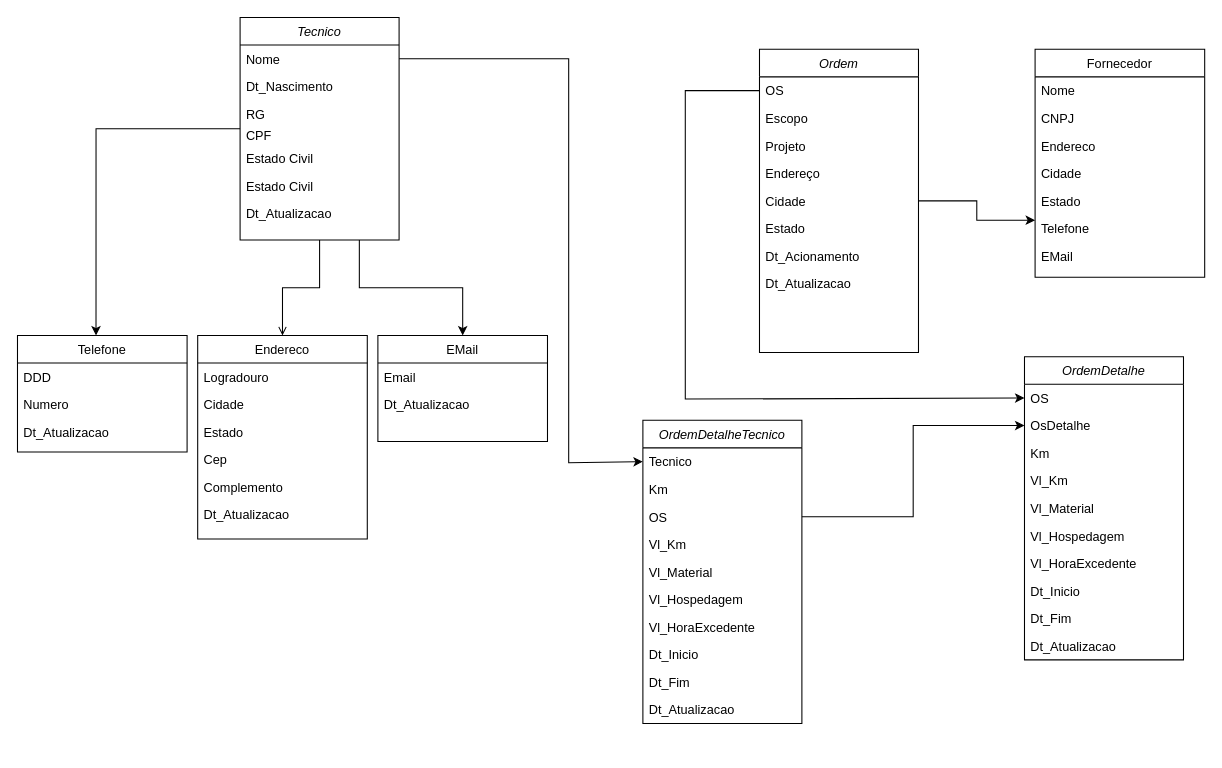
Earlier version of the draw.io diagram docs/Diagramas.drawio (ESolucoesTecnologia/FieldTech). Source tidied: cells renumbered, new cells numbered last; positions are measured from the earlier drawing's top-left corner, leaving out a move shared by most shapes. Both pictures are drawn from the tidied source at 106%, with x=0, y=0 at pixel (17, 17).
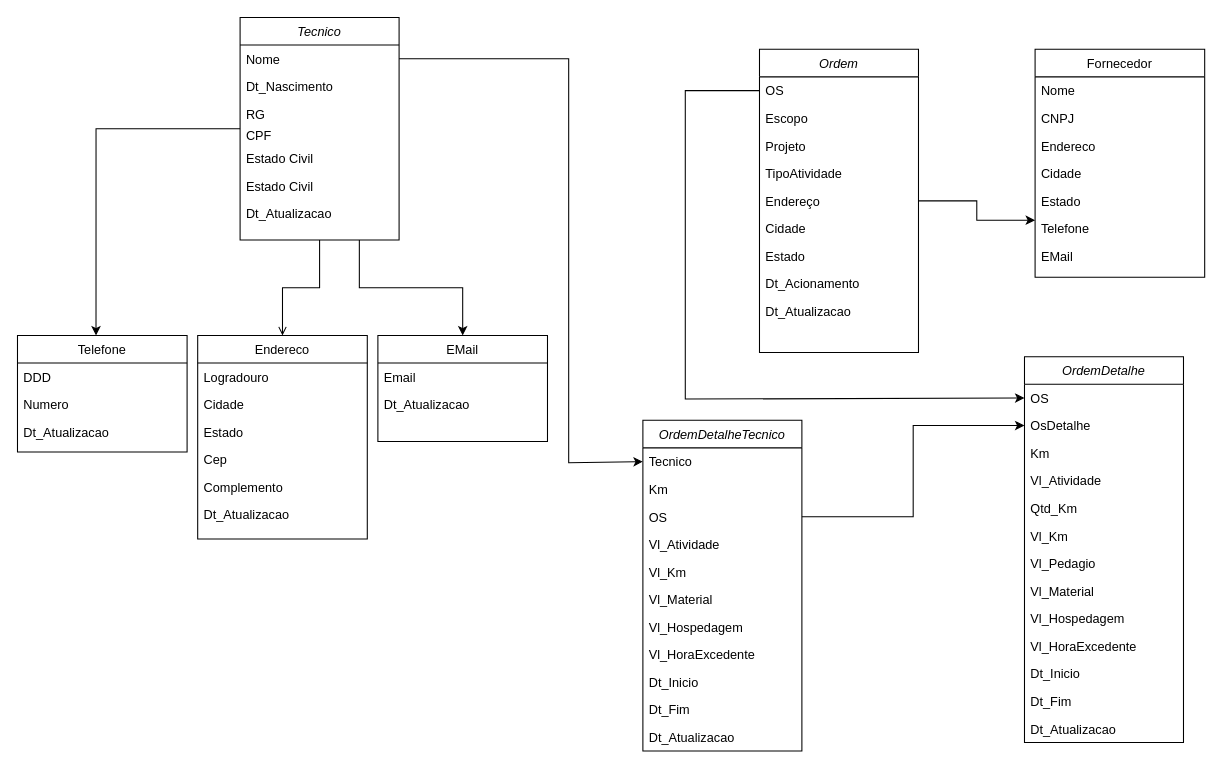
The same page after the edit.

Unchanged cells that the change refers to:
```xml
<mxCell id="28" value="Ordem" style="swimlane;fontStyle=2;align=center;verticalAlign=top;horizontal=1;startSize=26;rounded=0;shadow=0;strokeWidth=1;" parent="1" vertex="1">
  <mxGeometry x="700" y="30" width="150" height="286" as="geometry" />
</mxCell>
```

What changed in the source:
```diff
@@
+    <mxCell id="70" value="TipoAtividade" style="text;align=left;verticalAlign=top;spacingLeft=4;spacingRight=4;overflow=hidden;" parent="28" vertex="1">
+      <mxGeometry y="104" width="150" height="26" as="geometry" />
+    </mxCell>
     <mxCell id="32" value="Endereço" style="text;align=left;verticalAlign=top;spacingLeft=4;spacingRight=4;overflow=hidden;" parent="28" vertex="1">
-      <mxGeometry y="104" width="150" height="26" as="geometry" />
+      <mxGeometry y="130" width="150" height="26" as="geometry" />
     </mxCell>
     <mxCell id="33" value="Cidade" style="text;align=left;verticalAlign=top;spacingLeft=4;spacingRight=4;overflow=hidden;" parent="28" vertex="1">
-      <mxGeometry y="130" width="150" height="26" as="geometry" />
+      <mxGeometry y="156" width="150" height="26" as="geometry" />
     </mxCell>
     <mxCell id="34" value="Estado" style="text;align=left;verticalAlign=top;spacingLeft=4;spacingRight=4;overflow=hidden;" parent="28" vertex="1">
-      <mxGeometry y="156" width="150" height="26" as="geometry" />
+      <mxGeometry y="182" width="150" height="26" as="geometry" />
     </mxCell>
     <mxCell id="35" value="Dt_Acionamento" style="text;align=left;verticalAlign=top;spacingLeft=4;spacingRight=4;overflow=hidden;" parent="28" vertex="1">
-      <mxGeometry y="182" width="150" height="26" as="geometry" />
+      <mxGeometry y="208" width="150" height="26" as="geometry" />
     </mxCell>
     <mxCell id="36" value="Dt_Atualizacao" style="text;align=left;verticalAlign=top;spacingLeft=4;spacingRight=4;overflow=hidden;" parent="28" vertex="1">
-      <mxGeometry y="208" width="150" height="26" as="geometry" />
+      <mxGeometry y="234" width="150" height="26" as="geometry" />
     </mxCell>
@@
     <mxCell id="45" value="OrdemDetalhe" style="swimlane;fontStyle=2;align=center;verticalAlign=top;horizontal=1;startSize=26;rounded=0;shadow=0;strokeWidth=1;" parent="1" vertex="1">
-      <mxGeometry x="950" y="320" width="150" height="286" as="geometry" />
+      <mxGeometry x="950" y="320" width="150" height="364" as="geometry" />
     </mxCell>
@@
+    <mxCell id="71" value="Vl_Atividade" style="text;align=left;verticalAlign=top;spacingLeft=4;spacingRight=4;overflow=hidden;" parent="45" vertex="1">
+      <mxGeometry y="104" width="150" height="26" as="geometry" />
+    </mxCell>
+    <mxCell id="72" value="Qtd_Km" style="text;align=left;verticalAlign=top;spacingLeft=4;spacingRight=4;overflow=hidden;" parent="45" vertex="1">
+      <mxGeometry y="130" width="150" height="26" as="geometry" />
+    </mxCell>
     <mxCell id="49" value="Vl_Km" style="text;align=left;verticalAlign=top;spacingLeft=4;spacingRight=4;overflow=hidden;" parent="45" vertex="1">
-      <mxGeometry y="104" width="150" height="26" as="geometry" />
+      <mxGeometry y="156" width="150" height="26" as="geometry" />
     </mxCell>
+    <mxCell id="73" value="Vl_Pedagio" style="text;align=left;verticalAlign=top;spacingLeft=4;spacingRight=4;overflow=hidden;" parent="45" vertex="1">
+      <mxGeometry y="182" width="150" height="26" as="geometry" />
+    </mxCell>
     <mxCell id="50" value="Vl_Material" style="text;align=left;verticalAlign=top;spacingLeft=4;spacingRight=4;overflow=hidden;" parent="45" vertex="1">
-      <mxGeometry y="130" width="150" height="26" as="geometry" />
+      <mxGeometry y="208" width="150" height="26" as="geometry" />
     </mxCell>
     <mxCell id="51" value="Vl_Hospedagem" style="text;align=left;verticalAlign=top;spacingLeft=4;spacingRight=4;overflow=hidden;" parent="45" vertex="1">
-      <mxGeometry y="156" width="150" height="26" as="geometry" />
+      <mxGeometry y="234" width="150" height="26" as="geometry" />
     </mxCell>
     <mxCell id="52" value="Vl_HoraExcedente" style="text;align=left;verticalAlign=top;spacingLeft=4;spacingRight=4;overflow=hidden;" parent="45" vertex="1">
-      <mxGeometry y="182" width="150" height="26" as="geometry" />
+      <mxGeometry y="260" width="150" height="26" as="geometry" />
     </mxCell>
     <mxCell id="53" value="Dt_Inicio" style="text;align=left;verticalAlign=top;spacingLeft=4;spacingRight=4;overflow=hidden;" parent="45" vertex="1">
-      <mxGeometry y="208" width="150" height="26" as="geometry" />
+      <mxGeometry y="286" width="150" height="26" as="geometry" />
     </mxCell>
     <mxCell id="54" value="Dt_Fim" style="text;align=left;verticalAlign=top;spacingLeft=4;spacingRight=4;overflow=hidden;" parent="45" vertex="1">
-      <mxGeometry y="234" width="150" height="26" as="geometry" />
+      <mxGeometry y="312" width="150" height="26" as="geometry" />
     </mxCell>
     <mxCell id="55" value="Dt_Atualizacao" style="text;align=left;verticalAlign=top;spacingLeft=4;spacingRight=4;overflow=hidden;" parent="45" vertex="1">
-      <mxGeometry y="260" width="150" height="26" as="geometry" />
+      <mxGeometry y="338" width="150" height="26" as="geometry" />
     </mxCell>
@@
     <mxCell id="57" value="OrdemDetalheTecnico" style="swimlane;fontStyle=2;align=center;verticalAlign=top;horizontal=1;startSize=26;rounded=0;shadow=0;strokeWidth=1;" parent="1" vertex="1">
-      <mxGeometry x="590" y="380" width="150" height="286" as="geometry" />
+      <mxGeometry x="590" y="380" width="150" height="312" as="geometry" />
     </mxCell>
@@
+    <mxCell id="74" value="Vl_Atividade" style="text;align=left;verticalAlign=top;spacingLeft=4;spacingRight=4;overflow=hidden;" parent="57" vertex="1">
+      <mxGeometry y="104" width="150" height="26" as="geometry" />
+    </mxCell>
     <mxCell id="61" value="Vl_Km" style="text;align=left;verticalAlign=top;spacingLeft=4;spacingRight=4;overflow=hidden;" parent="57" vertex="1">
-      <mxGeometry y="104" width="150" height="26" as="geometry" />
+      <mxGeometry y="130" width="150" height="26" as="geometry" />
     </mxCell>
     <mxCell id="62" value="Vl_Material" style="text;align=left;verticalAlign=top;spacingLeft=4;spacingRight=4;overflow=hidden;" parent="57" vertex="1">
-      <mxGeometry y="130" width="150" height="26" as="geometry" />
+      <mxGeometry y="156" width="150" height="26" as="geometry" />
     </mxCell>
     <mxCell id="63" value="Vl_Hospedagem" style="text;align=left;verticalAlign=top;spacingLeft=4;spacingRight=4;overflow=hidden;" parent="57" vertex="1">
-      <mxGeometry y="156" width="150" height="26" as="geometry" />
+      <mxGeometry y="182" width="150" height="26" as="geometry" />
     </mxCell>
     <mxCell id="64" value="Vl_HoraExcedente" style="text;align=left;verticalAlign=top;spacingLeft=4;spacingRight=4;overflow=hidden;" parent="57" vertex="1">
-      <mxGeometry y="182" width="150" height="26" as="geometry" />
+      <mxGeometry y="208" width="150" height="26" as="geometry" />
     </mxCell>
     <mxCell id="65" value="Dt_Inicio" style="text;align=left;verticalAlign=top;spacingLeft=4;spacingRight=4;overflow=hidden;" parent="57" vertex="1">
-      <mxGeometry y="208" width="150" height="26" as="geometry" />
+      <mxGeometry y="234" width="150" height="26" as="geometry" />
     </mxCell>
     <mxCell id="66" value="Dt_Fim" style="text;align=left;verticalAlign=top;spacingLeft=4;spacingRight=4;overflow=hidden;" parent="57" vertex="1">
-      <mxGeometry y="234" width="150" height="26" as="geometry" />
+      <mxGeometry y="260" width="150" height="26" as="geometry" />
     </mxCell>
     <mxCell id="67" value="Dt_Atualizacao" style="text;align=left;verticalAlign=top;spacingLeft=4;spacingRight=4;overflow=hidden;" parent="57" vertex="1">
-      <mxGeometry y="260" width="150" height="26" as="geometry" />
+      <mxGeometry y="286" width="150" height="26" as="geometry" />
     </mxCell>
```
